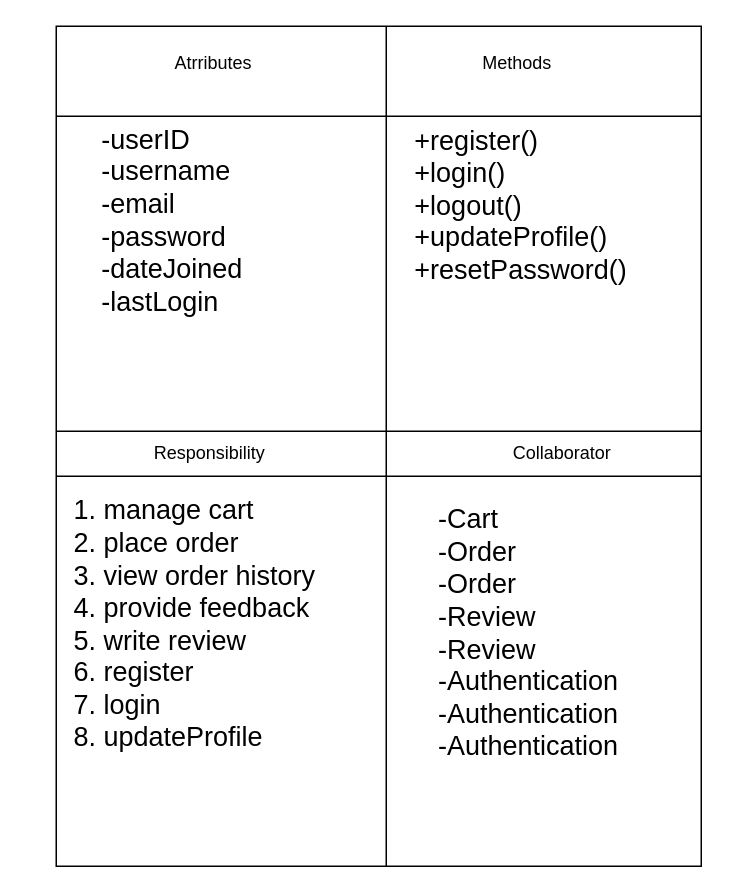
This is Software-Requirement-Specification/Class-Based-Modeling/CRC/Class-Cards/Class Diagram/user.drawio from fiercePanda007/SPL2-EcommerceWebApp, a draw.io file, before an edit. Source tidied: cells renumbered, new cells numbered last; positions are measured from the earlier drawing's top-left corner, leaving out a move shared by most shapes. Both pictures are drawn from the tidied source at 150%, with x=0, y=0 at pixel (26, 26).
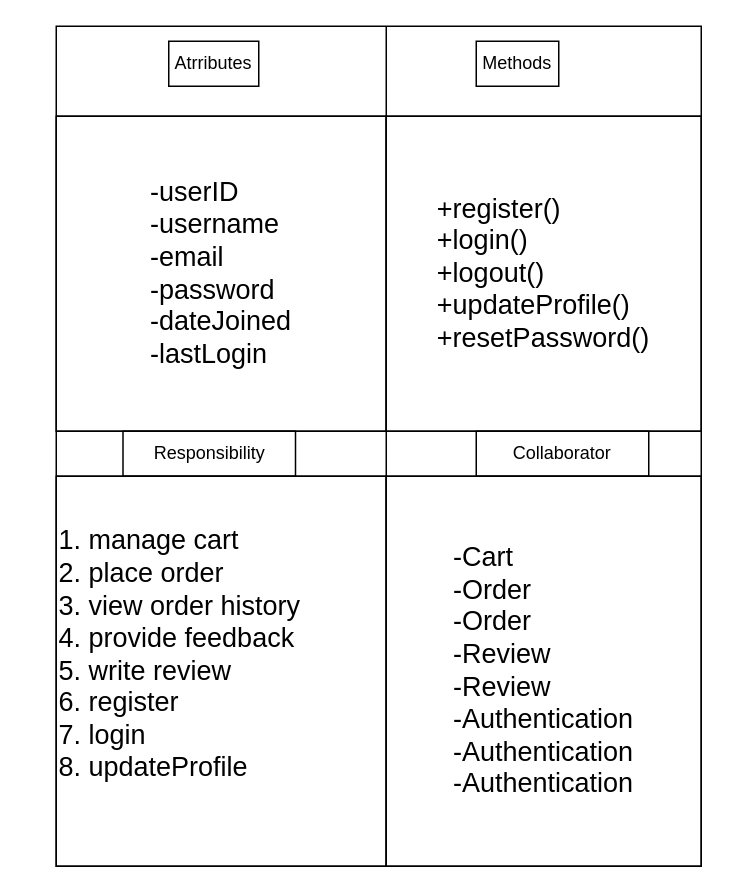
The same page after the edit.

Change to the diagram source:
```diff
@@
-<mxGraphModel>
+<mxGraphModel background="#ffffff">
   <root>
     <mxCell id="0" />
     <mxCell id="1" parent="0" />
-    <mxCell id="2" style="shape=internalStorage;whiteSpace=wrap;html=1;backgroundOutline=1;dx=220;dy=60;" parent="1" vertex="1">
+    <mxCell id="2" style="shape=internalStorage;whiteSpace=wrap;html=1;backgroundOutline=1;dx=220;dy=60;fillColor=none;strokeColor=#000000;fontColor=#000000;" parent="1" vertex="1">
       <mxGeometry x="20" width="430" height="560" as="geometry" />
     </mxCell>
-    <mxCell id="3" value="Atrributes" style="text;html=1;strokeColor=none;fillColor=none;align=center;verticalAlign=middle;whiteSpace=wrap;rounded=0;" parent="1" vertex="1">
+    <mxCell id="3" value="Atrributes" style="text;html=1;strokeColor=#000000;fillColor=none;align=center;verticalAlign=middle;whiteSpace=wrap;rounded=0;fontColor=#000000;" parent="1" vertex="1">
       <mxGeometry x="95" y="10" width="60" height="30" as="geometry" />
     </mxCell>
-    <mxCell id="4" value="Methods" style="text;html=1;strokeColor=none;fillColor=none;align=center;verticalAlign=middle;whiteSpace=wrap;rounded=0;" parent="1" vertex="1">
+    <mxCell id="4" value="Methods" style="text;html=1;strokeColor=#000000;fillColor=none;align=center;verticalAlign=middle;whiteSpace=wrap;rounded=0;fontColor=#000000;" parent="1" vertex="1">
       <mxGeometry x="300" y="10" width="55" height="30" as="geometry" />
     </mxCell>
-    <mxCell id="5" style="endArrow=none;html=1;" parent="1" edge="1" target="2">
+    <mxCell id="5" style="endArrow=none;html=1;fillColor=none;strokeColor=#000000;fontColor=#000000;" parent="1" edge="1" target="2">
       <mxGeometry relative="1" as="geometry">
         <mxPoint x="20" y="270" as="sourcePoint" />
         <Array as="points">
           <mxPoint x="450" y="270" />
         </Array>
       </mxGeometry>
     </mxCell>
-    <mxCell id="6" style="endArrow=none;html=1;" parent="1" edge="1">
+    <mxCell id="6" style="endArrow=none;html=1;fillColor=none;strokeColor=#000000;fontColor=#000000;" parent="1" edge="1">
       <mxGeometry relative="1" as="geometry">
         <mxPoint x="20" y="300" as="sourcePoint" />
         <mxPoint x="450" y="300" as="targetPoint" />
         <Array as="points">
           <mxPoint x="450" y="300" />
         </Array>
       </mxGeometry>
     </mxCell>
-    <mxCell id="7" value="Responsibility" style="text;html=1;strokeColor=none;fillColor=none;align=center;verticalAlign=middle;whiteSpace=wrap;rounded=0;" parent="1" vertex="1">
+    <mxCell id="7" value="Responsibility" style="text;html=1;strokeColor=#000000;fillColor=none;align=center;verticalAlign=middle;whiteSpace=wrap;rounded=0;fontColor=#000000;" parent="1" vertex="1">
       <mxGeometry x="64.5" y="270" width="115" height="30" as="geometry" />
     </mxCell>
-    <mxCell id="8" value="Collaborator" style="text;html=1;strokeColor=none;fillColor=none;align=center;verticalAlign=middle;whiteSpace=wrap;rounded=0;" parent="1" vertex="1">
+    <mxCell id="8" value="Collaborator" style="text;html=1;strokeColor=#000000;fillColor=none;align=center;verticalAlign=middle;whiteSpace=wrap;rounded=0;fontColor=#000000;" parent="1" vertex="1">
       <mxGeometry x="300" y="270" width="115" height="30" as="geometry" />
     </mxCell>
-    <mxCell id="9" value="&lt;div style=&quot;text-align: left;&quot;&gt;&lt;span style=&quot;font-size: 18px; background-color: initial;&quot;&gt;-userID&lt;/span&gt;&lt;/div&gt;&lt;font style=&quot;font-size: 18px;&quot;&gt;&lt;div style=&quot;text-align: left;&quot;&gt;&lt;span style=&quot;background-color: initial;&quot;&gt;-username&lt;/span&gt;&lt;/div&gt;&lt;div style=&quot;text-align: left;&quot;&gt;&lt;span style=&quot;background-color: initial;&quot;&gt;-email&lt;/span&gt;&lt;/div&gt;&lt;div style=&quot;text-align: left;&quot;&gt;&lt;span style=&quot;background-color: initial;&quot;&gt;-password&lt;/span&gt;&lt;/div&gt;&lt;div style=&quot;text-align: left;&quot;&gt;&lt;span style=&quot;background-color: initial;&quot;&gt;-dateJoined&lt;/span&gt;&lt;/div&gt;&lt;div style=&quot;text-align: left;&quot;&gt;&lt;span style=&quot;background-color: initial;&quot;&gt;-lastLogin&lt;/span&gt;&lt;/div&gt;&lt;/font&gt;" style="text;html=1;strokeColor=none;fillColor=none;align=center;verticalAlign=middle;whiteSpace=wrap;rounded=0;" parent="1" vertex="1">
-      <mxGeometry y="40" width="195" height="180" as="geometry" />
+    <mxCell id="9" value="&lt;div style=&quot;text-align: left;&quot;&gt;&lt;span style=&quot;font-size: 18px; background-color: initial;&quot;&gt;-userID&lt;/span&gt;&lt;/div&gt;&lt;font style=&quot;font-size: 18px;&quot;&gt;&lt;div style=&quot;text-align: left;&quot;&gt;&lt;span style=&quot;background-color: initial;&quot;&gt;-username&lt;/span&gt;&lt;/div&gt;&lt;div style=&quot;text-align: left;&quot;&gt;&lt;span style=&quot;background-color: initial;&quot;&gt;-email&lt;/span&gt;&lt;/div&gt;&lt;div style=&quot;text-align: left;&quot;&gt;&lt;span style=&quot;background-color: initial;&quot;&gt;-password&lt;/span&gt;&lt;/div&gt;&lt;div style=&quot;text-align: left;&quot;&gt;&lt;span style=&quot;background-color: initial;&quot;&gt;-dateJoined&lt;/span&gt;&lt;/div&gt;&lt;div style=&quot;text-align: left;&quot;&gt;&lt;span style=&quot;background-color: initial;&quot;&gt;-lastLogin&lt;/span&gt;&lt;/div&gt;&lt;/font&gt;" style="text;html=1;strokeColor=#000000;fillColor=none;align=center;verticalAlign=middle;whiteSpace=wrap;rounded=0;fontColor=#000000;" parent="1" vertex="1">
+      <mxGeometry x="20" y="60" width="220" height="210" as="geometry" />
     </mxCell>
-    <mxCell id="10" value="&lt;div style=&quot;text-align: left;&quot;&gt;&lt;font style=&quot;background-color: initial; font-size: 18px;&quot;&gt;+&lt;/font&gt;&lt;font style=&quot;background-color: initial; font-size: 18px;&quot;&gt;register()&lt;/font&gt;&lt;/div&gt;&lt;font style=&quot;font-size: 18px;&quot;&gt;&lt;div style=&quot;text-align: left;&quot;&gt;&lt;span style=&quot;background-color: initial;&quot;&gt;+login()&lt;/span&gt;&lt;/div&gt;&lt;div style=&quot;text-align: left;&quot;&gt;&lt;span style=&quot;background-color: initial;&quot;&gt;+logout()&lt;/span&gt;&lt;/div&gt;&lt;div style=&quot;text-align: left;&quot;&gt;&lt;span style=&quot;background-color: initial;&quot;&gt;+updateProfile()&lt;/span&gt;&lt;/div&gt;&lt;div style=&quot;text-align: left;&quot;&gt;&lt;span style=&quot;background-color: initial;&quot;&gt;+resetPassword()&lt;/span&gt;&lt;/div&gt;&lt;/font&gt;" style="text;html=1;strokeColor=none;fillColor=none;align=center;verticalAlign=middle;whiteSpace=wrap;rounded=0;" parent="1" vertex="1">
-      <mxGeometry x="240" y="40" width="180" height="160" as="geometry" />
+    <mxCell id="10" value="&lt;div style=&quot;text-align: left;&quot;&gt;&lt;font style=&quot;background-color: initial; font-size: 18px;&quot;&gt;+&lt;/font&gt;&lt;font style=&quot;background-color: initial; font-size: 18px;&quot;&gt;register()&lt;/font&gt;&lt;/div&gt;&lt;font style=&quot;font-size: 18px;&quot;&gt;&lt;div style=&quot;text-align: left;&quot;&gt;&lt;span style=&quot;background-color: initial;&quot;&gt;+login()&lt;/span&gt;&lt;/div&gt;&lt;div style=&quot;text-align: left;&quot;&gt;&lt;span style=&quot;background-color: initial;&quot;&gt;+logout()&lt;/span&gt;&lt;/div&gt;&lt;div style=&quot;text-align: left;&quot;&gt;&lt;span style=&quot;background-color: initial;&quot;&gt;+updateProfile()&lt;/span&gt;&lt;/div&gt;&lt;div style=&quot;text-align: left;&quot;&gt;&lt;span style=&quot;background-color: initial;&quot;&gt;+resetPassword()&lt;/span&gt;&lt;/div&gt;&lt;/font&gt;" style="text;html=1;strokeColor=#000000;fillColor=none;align=center;verticalAlign=middle;whiteSpace=wrap;rounded=0;fontColor=#000000;" parent="1" vertex="1">
+      <mxGeometry x="240" y="60" width="210" height="210" as="geometry" />
     </mxCell>
-    <mxCell id="11" value="1. manage cart&lt;br&gt;&lt;div style=&quot;&quot;&gt;&lt;span style=&quot;background-color: initial;&quot;&gt;2. place order&lt;/span&gt;&lt;/div&gt;&lt;div style=&quot;&quot;&gt;&lt;span style=&quot;background-color: initial;&quot;&gt;3. view order history&lt;/span&gt;&lt;/div&gt;&lt;div style=&quot;&quot;&gt;&lt;span style=&quot;background-color: initial;&quot;&gt;4. provide feedback&lt;/span&gt;&lt;/div&gt;&lt;div style=&quot;&quot;&gt;&lt;span style=&quot;background-color: initial;&quot;&gt;5. write review&lt;/span&gt;&lt;/div&gt;&lt;div style=&quot;&quot;&gt;&lt;span style=&quot;background-color: initial;&quot;&gt;6. register&lt;/span&gt;&lt;/div&gt;&lt;div style=&quot;&quot;&gt;&lt;span style=&quot;background-color: initial;&quot;&gt;7. login&lt;/span&gt;&lt;/div&gt;&lt;div style=&quot;&quot;&gt;8. updateProfile&lt;/div&gt;&lt;div style=&quot;&quot;&gt;&lt;span style=&quot;background-color: initial;&quot;&gt;&lt;br&gt;&lt;/span&gt;&lt;/div&gt;" style="text;html=1;strokeColor=none;fillColor=none;align=left;verticalAlign=middle;whiteSpace=wrap;rounded=0;fontSize=18;" parent="1" vertex="1">
-      <mxGeometry x="30" y="290" width="200" height="240" as="geometry" />
+    <mxCell id="11" value="1. manage cart&lt;br&gt;&lt;div style=&quot;&quot;&gt;&lt;span style=&quot;background-color: initial;&quot;&gt;2. place order&lt;/span&gt;&lt;/div&gt;&lt;div style=&quot;&quot;&gt;&lt;span style=&quot;background-color: initial;&quot;&gt;3. view order history&lt;/span&gt;&lt;/div&gt;&lt;div style=&quot;&quot;&gt;&lt;span style=&quot;background-color: initial;&quot;&gt;4. provide feedback&lt;/span&gt;&lt;/div&gt;&lt;div style=&quot;&quot;&gt;&lt;span style=&quot;background-color: initial;&quot;&gt;5. write review&lt;/span&gt;&lt;/div&gt;&lt;div style=&quot;&quot;&gt;&lt;span style=&quot;background-color: initial;&quot;&gt;6. register&lt;/span&gt;&lt;/div&gt;&lt;div style=&quot;&quot;&gt;&lt;span style=&quot;background-color: initial;&quot;&gt;7. login&lt;/span&gt;&lt;/div&gt;&lt;div style=&quot;&quot;&gt;8. updateProfile&lt;/div&gt;&lt;div style=&quot;&quot;&gt;&lt;span style=&quot;background-color: initial;&quot;&gt;&lt;br&gt;&lt;/span&gt;&lt;/div&gt;" style="text;html=1;strokeColor=#000000;fillColor=none;align=left;verticalAlign=middle;whiteSpace=wrap;rounded=0;fontSize=18;fontColor=#000000;" parent="1" vertex="1">
+      <mxGeometry x="20" y="300" width="220" height="260" as="geometry" />
     </mxCell>
-    <mxCell id="12" value="&lt;div style=&quot;text-align: left;&quot;&gt;&lt;span style=&quot;background-color: initial;&quot;&gt;-Cart&lt;/span&gt;&lt;/div&gt;&lt;div style=&quot;text-align: left;&quot;&gt;&lt;span style=&quot;background-color: initial;&quot;&gt;-Order&lt;/span&gt;&lt;/div&gt;&lt;div style=&quot;text-align: left;&quot;&gt;&lt;span style=&quot;background-color: initial;&quot;&gt;-Order&lt;/span&gt;&lt;/div&gt;&lt;div style=&quot;text-align: left;&quot;&gt;&lt;span style=&quot;background-color: initial;&quot;&gt;-Review&lt;/span&gt;&lt;/div&gt;&lt;div style=&quot;text-align: left;&quot;&gt;&lt;span style=&quot;background-color: initial;&quot;&gt;-Review&lt;/span&gt;&lt;/div&gt;&lt;div style=&quot;text-align: left;&quot;&gt;&lt;span style=&quot;background-color: initial;&quot;&gt;-Authentication&lt;/span&gt;&lt;/div&gt;&lt;div style=&quot;text-align: left;&quot;&gt;&lt;span style=&quot;background-color: initial;&quot;&gt;-Authentication&lt;/span&gt;&lt;/div&gt;&lt;div style=&quot;text-align: left;&quot;&gt;&lt;span style=&quot;background-color: initial;&quot;&gt;-Authentication&lt;/span&gt;&lt;/div&gt;" style="text;html=1;strokeColor=none;fillColor=none;align=center;verticalAlign=middle;whiteSpace=wrap;rounded=0;fontSize=18;" parent="1" vertex="1">
-      <mxGeometry x="240" y="290" width="190" height="230" as="geometry" />
+    <mxCell id="12" value="&lt;div style=&quot;text-align: left;&quot;&gt;&lt;span style=&quot;background-color: initial;&quot;&gt;-Cart&lt;/span&gt;&lt;/div&gt;&lt;div style=&quot;text-align: left;&quot;&gt;&lt;span style=&quot;background-color: initial;&quot;&gt;-Order&lt;/span&gt;&lt;/div&gt;&lt;div style=&quot;text-align: left;&quot;&gt;&lt;span style=&quot;background-color: initial;&quot;&gt;-Order&lt;/span&gt;&lt;/div&gt;&lt;div style=&quot;text-align: left;&quot;&gt;&lt;span style=&quot;background-color: initial;&quot;&gt;-Review&lt;/span&gt;&lt;/div&gt;&lt;div style=&quot;text-align: left;&quot;&gt;&lt;span style=&quot;background-color: initial;&quot;&gt;-Review&lt;/span&gt;&lt;/div&gt;&lt;div style=&quot;text-align: left;&quot;&gt;&lt;span style=&quot;background-color: initial;&quot;&gt;-Authentication&lt;/span&gt;&lt;/div&gt;&lt;div style=&quot;text-align: left;&quot;&gt;&lt;span style=&quot;background-color: initial;&quot;&gt;-Authentication&lt;/span&gt;&lt;/div&gt;&lt;div style=&quot;text-align: left;&quot;&gt;&lt;span style=&quot;background-color: initial;&quot;&gt;-Authentication&lt;/span&gt;&lt;/div&gt;" style="text;html=1;strokeColor=#000000;fillColor=none;align=center;verticalAlign=middle;whiteSpace=wrap;rounded=0;fontSize=18;fontColor=#000000;" parent="1" vertex="1">
+      <mxGeometry x="240" y="300" width="210" height="260" as="geometry" />
     </mxCell>
   </root>
 </mxGraphModel>
```
